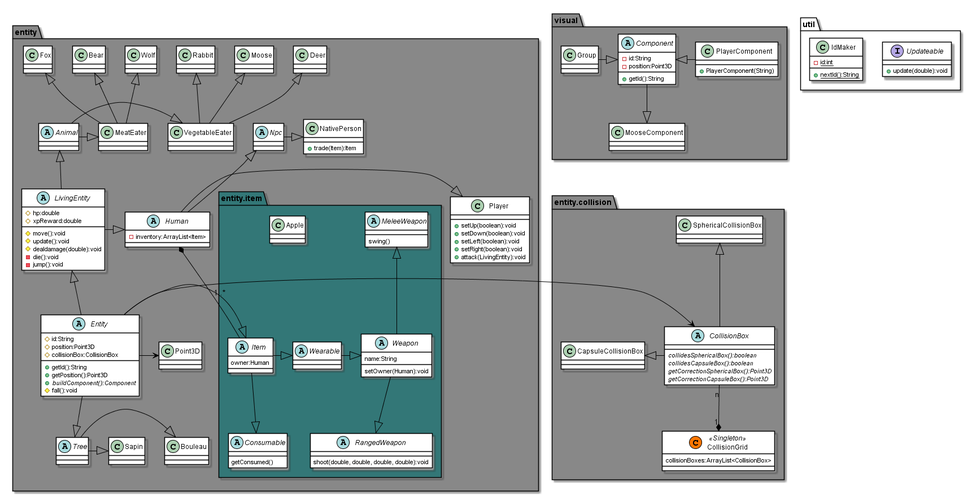
The PlantUML diagram uml/classes.png in the-zucc/coureur-de-bois, before a commit.
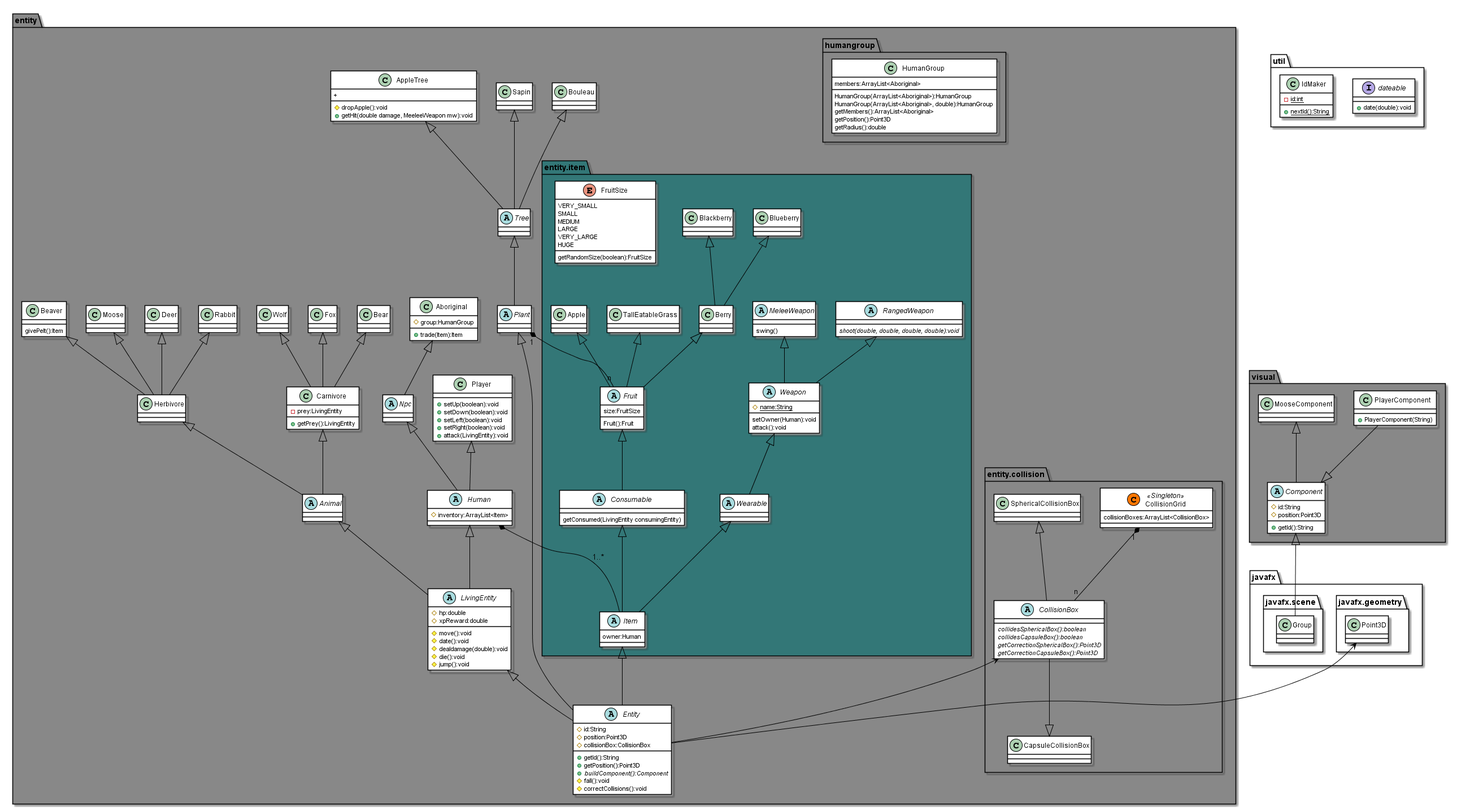
After the change.

Commit message:
avancements dans le document de presentation et dans le UML

The edit, as a diff of the source:
```diff
@@ -7,15 +7,7 @@
 skinparam stereotypeCBackgroundColor<<Singleton>> #FF7700
 
 
-package util{
-    interface Updateable{
-        + update(double):void
-    }
-    class IdMaker{
-        - {static} id:int
-        + {static} nextId():String
-    }
-}
+
 
 package entity #888888{
     abstract class Entity{
@@ -26,37 +18,70 @@
         + getPosition():Point3D
         + {abstract} buildComponent():Component
         # fall():void
+        # correctCollisions():void
     }
-    Point3D <-right- Entity
+
     package entity.item #337777{
         abstract class Item{
             owner:Human
         }
-        Item <|-left- Entity
+        Item <|-- Entity
 
 
         abstract class Wearable{
 
         }
-        Wearable <|-left- Item
+        Wearable <|-- Item
         abstract class Weapon{
-            name:String
+            # {static}name:String
             setOwner(Human):void
+            attack():void
         }
-        Weapon <|-left- Wearable
+        Weapon <|-- Wearable
         abstract class MeleeWeapon{
             swing()
         }
-        MeleeWeapon <|-down-Weapon
+        MeleeWeapon <|--Weapon
         abstract class RangedWeapon{
-            shoot(double, double, double, double):void
+            {abstract}shoot(double, double, double, double):void
         }
-        RangedWeapon <|-up- Weapon
+        RangedWeapon <|-- Weapon
         abstract class Consumable{
-            getConsumed()
+            getConsumed(LivingEntity consumingEntity)
         }
-        Consumable <|-up- Item
+        Consumable <|-- Item
+        abstract class Fruit{
+            size:FruitSize
+            Fruit():Fruit
+        }
+        Fruit <|-- Consumable
         class Apple{
+
+        }
+        Apple <|-- Fruit
+        class Berry{
+
+        }
+        Berry <|-- Fruit
+        class Blueberry{
+
+        }
+        Blueberry <|-- Berry
+        class Blackberry{
+        }
+        Blackberry <|-- Berry
+        class TallEatableGrass{
+
+        }
+        TallEatableGrass <|-- Fruit
+        enum FruitSize{
+            VERY_SMALL
+            SMALL
+            MEDIUM
+            LARGE
+            VERY_LARGE
+            HUGE
+            getRandomSize(boolean):FruitSize
 
         }
     }
@@ -67,18 +92,18 @@
         # hp:double
         # xpReward:double
         # move():void
-        # update():void
+        # date():void
         # dealdamage(double):void
-        - die():void
-        - jump():void
+        # die():void
+        # jump():void
     }
-    LivingEntity <|-down- Entity
+    LivingEntity <|-- Entity
 
     abstract class Human{
-        - inventory:ArrayList<Item>
+        # inventory:ArrayList<Item>
     }
-    Human *-right- Item: "1..*"
-    Human <|-right- LivingEntity
+    Human *-- Item: "1..*"
+    Human <|-- LivingEntity
 
     class Player{
         + setUp(boolean):void
@@ -87,109 +112,158 @@
         + setRight(boolean):void
         + attack(LivingEntity):void
     }
-    Player <|-left- Human
+    Player <|-- Human
 
     abstract class Npc{
 
     }
-    Npc <|-down- Human
+    Npc <|-- Human
 
-    class NativePerson{
+    class Aboriginal{
         + trade(Item):Item
+        # group:HumanGroup
+
     }
-    NativePerson <|-left- Npc
+    Aboriginal <|-- Npc
 
     abstract class Animal{
     }
-    Animal <|-down- LivingEntity
+    Animal <|-- LivingEntity
     class Deer{
 
     }
-    Deer <|-- VegetableEater
+    Deer <|-- Herbivore
     class Moose{
 
     }
-    Moose <|-down- VegetableEater
-    class MeatEater{
-
+    Moose <|-- Herbivore
+    class Beaver{
+        givePelt():Item
     }
-    MeatEater <|-left-Animal
+    Beaver <|-- Herbivore
+    class Carnivore{
+        -prey:LivingEntity
+        +getPrey():LivingEntity
+    }
+    Carnivore <|--Animal
     class Fox{
 
     }
-    Fox <|-down- MeatEater
+    Fox <|-- Carnivore
     class Wolf{
 
     }
-    Wolf <|-down- MeatEater
-    class VegetableEater{
+    Wolf <|-- Carnivore
+    class Herbivore{
 
     }
-    VegetableEater <|-left- Animal
+    Herbivore <|-- Animal
     class Bear{
 
     }
-    Bear <|-down- MeatEater
+    Bear <|-- Carnivore
     class Rabbit{
 
     }
-    Rabbit <|-- VegetableEater
+    Rabbit <|-- Herbivore
+    abstract class Plant{
+
+    }
+    Plant <|-- Entity
+    Plant "1" *-- "n" Fruit
     abstract class Tree{
 
     }
-    Tree <|-up- Entity
+    Tree <|-- Plant
     class Bouleau{
 
     }
-    Bouleau <|-left- Tree
+    Bouleau <|-- Tree
     class Sapin{
 
     }
-    Sapin <|-left- Tree
+    Sapin <|-- Tree
+    class AppleTree{
+        # dropApple():void
+        + getHit(double damage, MeeleeWeapon mw):void
+        +
+    }
+    AppleTree <|-- Tree
+    package humangroup{
+        class HumanGroup{
+            members:ArrayList<Aboriginal>
+            HumanGroup(ArrayList<Aboriginal>):HumanGroup
+            HumanGroup(ArrayList<Aboriginal>, double):HumanGroup
+            getMembers():ArrayList<Aboriginal>
+            getPosition():Point3D
+            getRadius():double
+        }
+    }
+    package entity.collision #888888{
+        class CollisionGrid<<Singleton>>{
+            collisionBoxes:ArrayList<CollisionBox>
+        }
+        CollisionGrid "1" *-- "n"CollisionBox
+
+        abstract class CollisionBox{
+
+            {abstract}collidesSphericalBox():boolean
+            {abstract}collidesCapsuleBox():boolean
+
+            {abstract}getCorrectionSphericalBox():Point3D
+            {abstract}getCorrectionCapsuleBox():Point3D
+
+        }
+        CollisionBox <-- Entity
+
+        class SphericalCollisionBox{
+
+        }
+        SphericalCollisionBox <|-- CollisionBox
+        class CapsuleCollisionBox{
+
+        }
+        CollisionBox --|> CapsuleCollisionBox
+    }
 }
 
-package entity.collision #888888{
-    class CollisionGrid<<Singleton>>{
-        collisionBoxes:ArrayList<CollisionBox>
-    }
-    CollisionGrid "1" *-up- "n"CollisionBox
-
-    abstract class CollisionBox{
-
-        {abstract}collidesSphericalBox():boolean
-        {abstract}collidesCapsuleBox():boolean
-
-        {abstract}getCorrectionSphericalBox():Point3D
-        {abstract}getCorrectionCapsuleBox():Point3D
-
-    }
-    Entity -left-> CollisionBox
-
-    class SphericalCollisionBox{
-
-    }
-    SphericalCollisionBox <|-down- CollisionBox
-    class CapsuleCollisionBox{
-
-    }
-    CollisionBox -left-|> CapsuleCollisionBox
+package visual{
+    class Component
 }
 
+package javafx{
+    package javafx.scene{
+        class Group
+    }
+    Component <|-- Group
+    package javafx.geometry{
+        class Point3D
+        Point3D <-- Entity
+    }
+}
+package util{
+    interface dateable{
+        + date(double):void
+    }
+    class IdMaker{
+        - {static} id:int
+        + {static} nextId():String
+    }
+}
 package visual #888888{
     abstract class Component{
-        - id:String
+        # id:String
         + getId():String
-        - position:Point3D
+        # position:Point3D
     }
-    Component <|-left- Group
+
     class PlayerComponent{
         + PlayerComponent(String)
     }
-    PlayerComponent -left-|> Component
+    PlayerComponent --|> Component
     class MooseComponent{
 
     }
-    MooseComponent <|-up- Component
-
+    MooseComponent <|-- Component
 }
 @enduml
```
